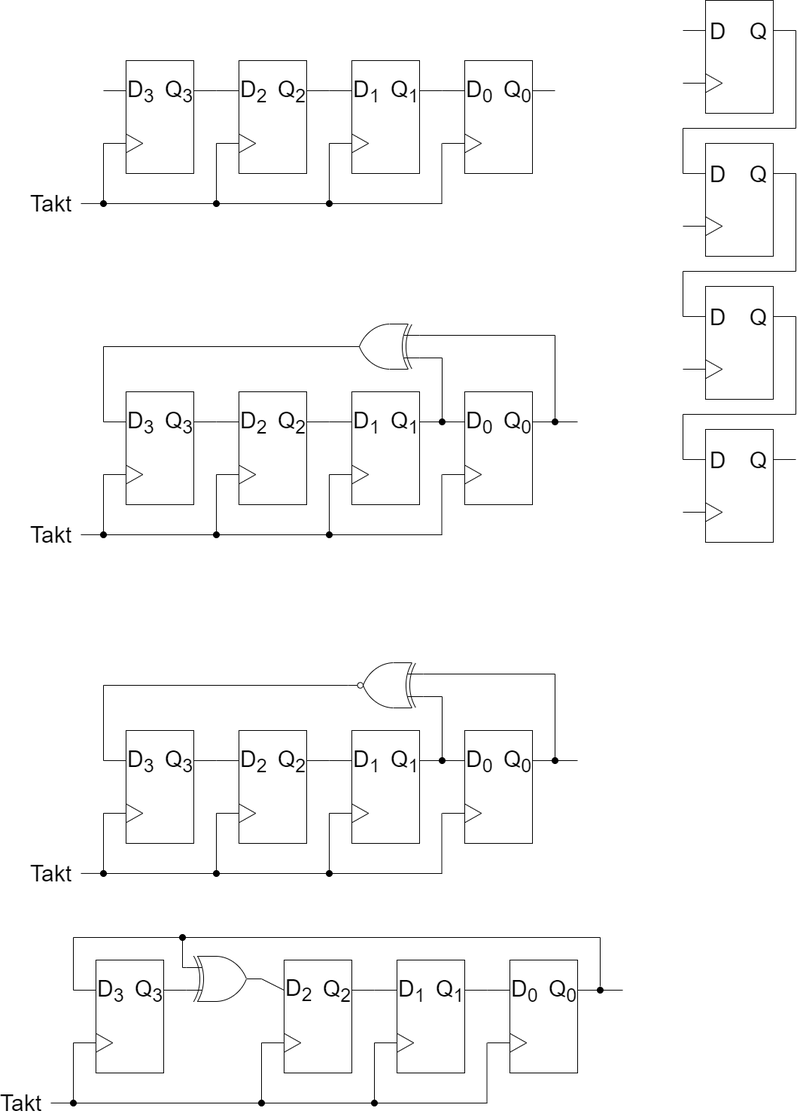
Above: docu/ShiftRegister.png in YumYumfisch/LFSR-PeriodLength (draw.io), before the change. Source tidied: cells renumbered, new cells last; positions are measured from the earlier drawing's top-left corner, leaving out a move shared by most shapes.
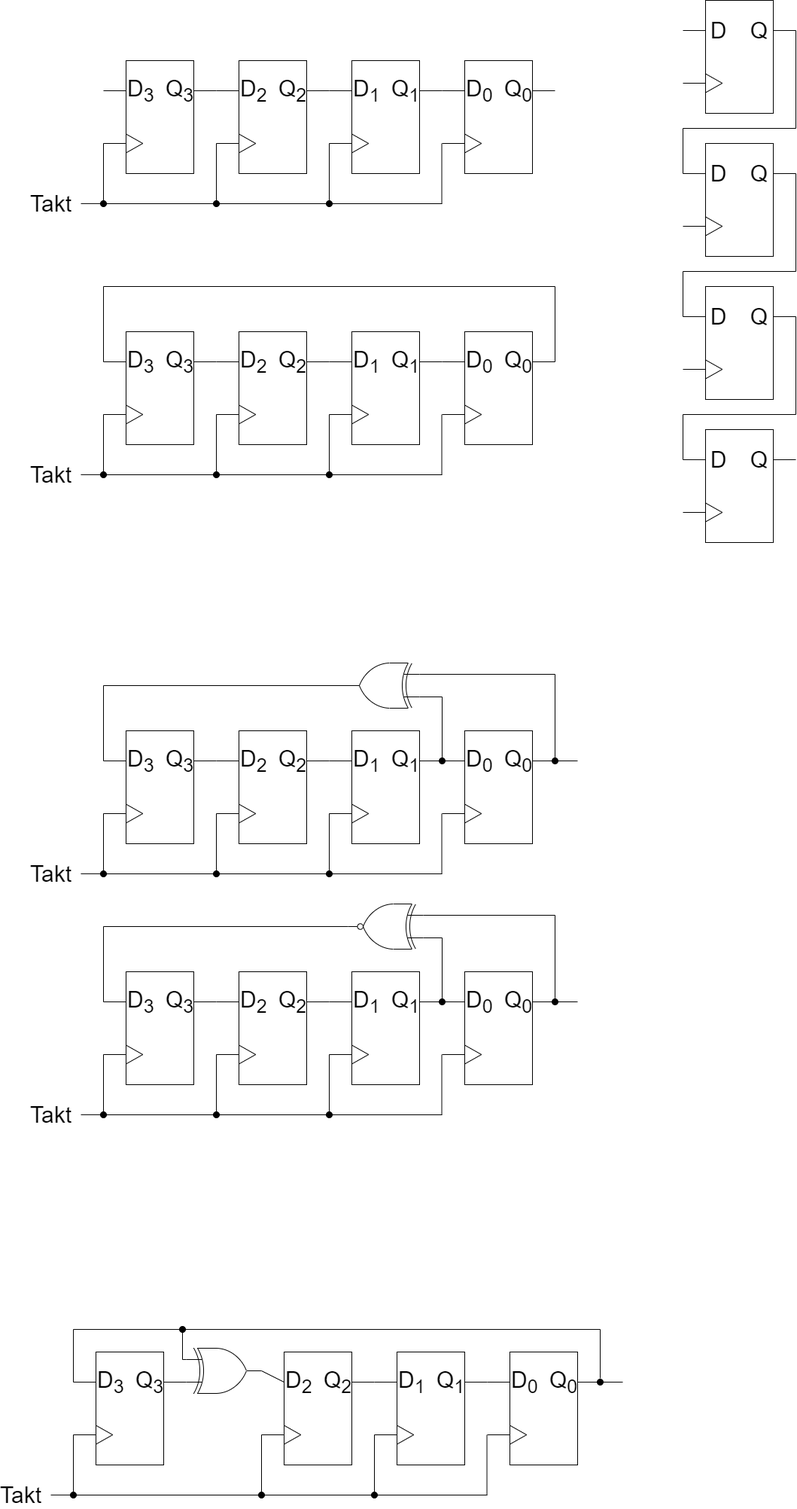
Later version of the same file.

Commit message:
add LFSR diagram without XOR

Diff of the diagram source:
```diff
@@ -380,7 +380,7 @@
       <mxGeometry x="325" y="185" width="10" height="10" as="geometry" />
     </mxCell>
     <mxCell id="86" style="group;" parent="1" vertex="1">
-      <mxGeometry y="1240" width="760" height="230" as="geometry" />
+      <mxGeometry y="1760" width="760" height="230" as="geometry" />
     </mxCell>
     <mxCell id="87" style="endArrow=none;html=1;align=center;fontSize=30;" parent="86" edge="1">
       <mxGeometry relative="1" as="geometry">
@@ -600,7 +600,7 @@
       </mxGeometry>
     </mxCell>
     <mxCell id="135" style="group;" parent="1" vertex="1">
-      <mxGeometry x="40" y="880" width="660" height="285" as="geometry" />
+      <mxGeometry x="40" y="1200" width="660" height="285" as="geometry" />
     </mxCell>
     <mxCell id="136" style="endArrow=none;html=1;align=center;fontSize=30;" parent="135" edge="1">
       <mxGeometry relative="1" as="geometry">
@@ -826,7 +826,7 @@
       <mxGeometry x="625" y="125" width="10" height="10" as="geometry" />
     </mxCell>
     <mxCell id="186" style="group;" parent="1" vertex="1">
-      <mxGeometry x="40" y="430" width="660" height="285" as="geometry" />
+      <mxGeometry x="40" y="880" width="660" height="285" as="geometry" />
     </mxCell>
     <mxCell id="187" style="verticalLabelPosition=bottom;shadow=0;dashed=0;align=center;html=1;verticalAlign=top;shape=mxgraph.electrical.logic_gates.logic_gate;operation=xor;rotation=-180;" parent="186" vertex="1">
       <mxGeometry x="350" width="100" height="60" as="geometry" />
@@ -1052,5 +1052,198 @@
     <mxCell id="236" style="verticalLabelPosition=bottom;shadow=0;dashed=0;align=center;html=1;verticalAlign=top;shape=mxgraph.electrical.logic_gates.inverting_contact;fillColor=#000000;" parent="186" vertex="1">
       <mxGeometry x="625" y="125" width="10" height="10" as="geometry" />
     </mxCell>
+    <mxCell id="237" style="edgeStyle=orthogonalEdgeStyle;html=1;endArrow=none;endFill=0;rounded=0;" parent="1" edge="1">
+      <mxGeometry relative="1" as="geometry">
+        <mxPoint x="670" y="380" as="sourcePoint" />
+        <mxPoint x="70" y="480" as="targetPoint" />
+      </mxGeometry>
+    </mxCell>
+    <mxCell id="238" value="Takt" style="endArrow=none;html=1;align=center;fontSize=30;entryX=0;entryY=0.5;entryDx=0;entryDy=0;" parent="1" edge="1">
+      <mxGeometry x="-1" y="-40" relative="1" as="geometry">
+        <mxPoint x="40" y="629.9" as="sourcePoint" />
+        <mxPoint x="70" y="629.9" as="targetPoint" />
+        <mxPoint x="-40" y="-40" as="offset" />
+      </mxGeometry>
+    </mxCell>
+    <mxCell id="239" style="group;" parent="1" vertex="1">
+      <mxGeometry x="70" y="440" width="150" height="150" as="geometry" />
+    </mxCell>
+    <mxCell id="240" style="rounded=0;whiteSpace=wrap;html=1;" parent="239" vertex="1">
+      <mxGeometry x="30" width="90" height="150" as="geometry" />
+    </mxCell>
+    <mxCell id="241" style="endArrow=none;html=1;align=center;fontSize=30;entryX=0;entryY=0.267;entryDx=0;entryDy=0;entryPerimeter=0;" parent="239" edge="1" target="240">
+      <mxGeometry relative="1" as="geometry">
+        <mxPoint y="40" as="sourcePoint" />
+      </mxGeometry>
+    </mxCell>
+    <mxCell id="242" value="D&lt;sub&gt;3&lt;/sub&gt;" style="edgeLabel;html=1;align=left;verticalAlign=middle;fontSize=30;" parent="241" vertex="1">
+      <mxGeometry x="0.28" relative="1" as="geometry">
+        <mxPoint x="11" as="offset" />
+      </mxGeometry>
+    </mxCell>
+    <mxCell id="243" style="endArrow=none;html=1;align=center;exitX=1;exitY=0.267;exitDx=0;exitDy=0;fontSize=30;exitPerimeter=0;" parent="239" edge="1" source="240">
+      <mxGeometry relative="1" as="geometry">
+        <mxPoint x="150" y="40" as="targetPoint" />
+      </mxGeometry>
+    </mxCell>
+    <mxCell id="244" value="Q&lt;sub&gt;3&lt;br&gt;&lt;/sub&gt;" style="edgeLabel;html=1;align=center;verticalAlign=middle;fontSize=30;" parent="243" vertex="1">
+      <mxGeometry x="0.28" relative="1" as="geometry">
+        <mxPoint x="-39" as="offset" />
+      </mxGeometry>
+    </mxCell>
+    <mxCell id="245" style="endArrow=none;html=1;align=center;fontSize=30;entryX=0;entryY=0.5;entryDx=0;entryDy=0;" parent="239" edge="1" target="246">
+      <mxGeometry relative="1" as="geometry">
+        <mxPoint y="110" as="sourcePoint" />
+      </mxGeometry>
+    </mxCell>
+    <mxCell id="246" style="triangle;whiteSpace=wrap;html=1;" parent="239" vertex="1">
+      <mxGeometry x="30" y="97.5" width="22.2" height="25" as="geometry" />
+    </mxCell>
+    <mxCell id="247" style="group;" parent="1" vertex="1">
+      <mxGeometry x="220" y="440" width="150" height="150" as="geometry" />
+    </mxCell>
+    <mxCell id="248" style="rounded=0;whiteSpace=wrap;html=1;" parent="247" vertex="1">
+      <mxGeometry x="30" width="90" height="150" as="geometry" />
+    </mxCell>
+    <mxCell id="249" style="endArrow=none;html=1;align=center;fontSize=30;entryX=0;entryY=0.267;entryDx=0;entryDy=0;entryPerimeter=0;" parent="247" edge="1" target="248">
+      <mxGeometry relative="1" as="geometry">
+        <mxPoint y="40" as="sourcePoint" />
+      </mxGeometry>
+    </mxCell>
+    <mxCell id="250" value="D&lt;sub&gt;2&lt;/sub&gt;" style="edgeLabel;html=1;align=left;verticalAlign=middle;fontSize=30;" parent="249" vertex="1">
+      <mxGeometry x="0.28" relative="1" as="geometry">
+        <mxPoint x="11" as="offset" />
+      </mxGeometry>
+    </mxCell>
+    <mxCell id="251" style="endArrow=none;html=1;align=center;exitX=1;exitY=0.267;exitDx=0;exitDy=0;fontSize=30;exitPerimeter=0;" parent="247" edge="1" source="248">
+      <mxGeometry relative="1" as="geometry">
+        <mxPoint x="150" y="40" as="targetPoint" />
+      </mxGeometry>
+    </mxCell>
+    <mxCell id="252" value="Q&lt;sub&gt;2&lt;/sub&gt;" style="edgeLabel;html=1;align=center;verticalAlign=middle;fontSize=30;" parent="251" vertex="1">
+      <mxGeometry x="0.28" relative="1" as="geometry">
+        <mxPoint x="-39" as="offset" />
+      </mxGeometry>
+    </mxCell>
+    <mxCell id="253" style="endArrow=none;html=1;align=center;fontSize=30;entryX=0;entryY=0.5;entryDx=0;entryDy=0;" parent="247" edge="1" target="254">
+      <mxGeometry relative="1" as="geometry">
+        <mxPoint y="110" as="sourcePoint" />
+      </mxGeometry>
+    </mxCell>
+    <mxCell id="254" style="triangle;whiteSpace=wrap;html=1;" parent="247" vertex="1">
+      <mxGeometry x="30" y="97.5" width="22.2" height="25" as="geometry" />
+    </mxCell>
+    <mxCell id="255" style="group;" parent="1" vertex="1">
+      <mxGeometry x="370" y="440" width="150" height="150" as="geometry" />
+    </mxCell>
+    <mxCell id="256" style="rounded=0;whiteSpace=wrap;html=1;" parent="255" vertex="1">
+      <mxGeometry x="30" width="90" height="150" as="geometry" />
+    </mxCell>
+    <mxCell id="257" style="endArrow=none;html=1;align=center;fontSize=30;entryX=0;entryY=0.267;entryDx=0;entryDy=0;entryPerimeter=0;" parent="255" edge="1" target="256">
+      <mxGeometry relative="1" as="geometry">
+        <mxPoint y="40" as="sourcePoint" />
+      </mxGeometry>
+    </mxCell>
+    <mxCell id="258" value="D&lt;sub&gt;1&lt;/sub&gt;" style="edgeLabel;html=1;align=left;verticalAlign=middle;fontSize=30;" parent="257" vertex="1">
+      <mxGeometry x="0.28" relative="1" as="geometry">
+        <mxPoint x="11" as="offset" />
+      </mxGeometry>
+    </mxCell>
+    <mxCell id="259" style="endArrow=none;html=1;align=center;exitX=1;exitY=0.267;exitDx=0;exitDy=0;fontSize=30;exitPerimeter=0;" parent="255" edge="1" source="256">
+      <mxGeometry relative="1" as="geometry">
+        <mxPoint x="150" y="40" as="targetPoint" />
+      </mxGeometry>
+    </mxCell>
+    <mxCell id="260" value="Q&lt;sub&gt;1&lt;/sub&gt;" style="edgeLabel;html=1;align=center;verticalAlign=middle;fontSize=30;" parent="259" vertex="1">
+      <mxGeometry x="0.28" relative="1" as="geometry">
+        <mxPoint x="-39" as="offset" />
+      </mxGeometry>
+    </mxCell>
+    <mxCell id="261" style="endArrow=none;html=1;align=center;fontSize=30;entryX=0;entryY=0.5;entryDx=0;entryDy=0;" parent="255" edge="1" target="262">
+      <mxGeometry relative="1" as="geometry">
+        <mxPoint y="110" as="sourcePoint" />
+      </mxGeometry>
+    </mxCell>
+    <mxCell id="262" style="triangle;whiteSpace=wrap;html=1;" parent="255" vertex="1">
+      <mxGeometry x="30" y="97.5" width="22.2" height="25" as="geometry" />
+    </mxCell>
+    <mxCell id="263" style="group;" parent="1" vertex="1">
+      <mxGeometry x="520" y="440" width="150" height="150" as="geometry" />
+    </mxCell>
+    <mxCell id="264" style="rounded=0;whiteSpace=wrap;html=1;" parent="263" vertex="1">
+      <mxGeometry x="30" width="90" height="150" as="geometry" />
+    </mxCell>
+    <mxCell id="265" style="endArrow=none;html=1;align=center;fontSize=30;entryX=0;entryY=0.267;entryDx=0;entryDy=0;entryPerimeter=0;" parent="263" edge="1" target="264">
+      <mxGeometry relative="1" as="geometry">
+        <mxPoint y="40" as="sourcePoint" />
+      </mxGeometry>
+    </mxCell>
+    <mxCell id="266" value="D&lt;sub&gt;0&lt;/sub&gt;" style="edgeLabel;html=1;align=left;verticalAlign=middle;fontSize=30;" parent="265" vertex="1">
+      <mxGeometry x="0.28" relative="1" as="geometry">
+        <mxPoint x="11" as="offset" />
+      </mxGeometry>
+    </mxCell>
+    <mxCell id="267" style="endArrow=none;html=1;align=center;exitX=1;exitY=0.267;exitDx=0;exitDy=0;fontSize=30;exitPerimeter=0;" parent="263" edge="1" source="264">
+      <mxGeometry relative="1" as="geometry">
+        <mxPoint x="150" y="40" as="targetPoint" />
+      </mxGeometry>
+    </mxCell>
+    <mxCell id="268" value="Q&lt;sub&gt;0&lt;/sub&gt;" style="edgeLabel;html=1;align=center;verticalAlign=middle;fontSize=30;" parent="267" vertex="1">
+      <mxGeometry x="0.28" relative="1" as="geometry">
+        <mxPoint x="-39" as="offset" />
+      </mxGeometry>
+    </mxCell>
+    <mxCell id="269" style="endArrow=none;html=1;align=center;fontSize=30;entryX=0;entryY=0.5;entryDx=0;entryDy=0;" parent="263" edge="1" target="270">
+      <mxGeometry relative="1" as="geometry">
+        <mxPoint y="110" as="sourcePoint" />
+      </mxGeometry>
+    </mxCell>
+    <mxCell id="270" style="triangle;whiteSpace=wrap;html=1;" parent="263" vertex="1">
+      <mxGeometry x="30" y="97.5" width="22.2" height="25" as="geometry" />
+    </mxCell>
+    <mxCell id="271" style="endArrow=none;html=1;align=center;fontSize=30;" parent="1" edge="1">
+      <mxGeometry relative="1" as="geometry">
+        <mxPoint x="70" y="630" as="sourcePoint" />
+        <mxPoint x="70" y="550" as="targetPoint" />
+      </mxGeometry>
+    </mxCell>
+    <mxCell id="272" style="endArrow=none;html=1;align=center;fontSize=30;" parent="1" edge="1">
+      <mxGeometry relative="1" as="geometry">
+        <mxPoint x="220" y="630" as="sourcePoint" />
+        <mxPoint x="220" y="550" as="targetPoint" />
+      </mxGeometry>
+    </mxCell>
+    <mxCell id="273" style="endArrow=none;html=1;align=center;fontSize=30;" parent="1" edge="1">
+      <mxGeometry relative="1" as="geometry">
+        <mxPoint x="370" y="630" as="sourcePoint" />
+        <mxPoint x="370" y="550" as="targetPoint" />
+      </mxGeometry>
+    </mxCell>
+    <mxCell id="274" style="endArrow=none;html=1;align=center;fontSize=30;" parent="1" edge="1">
+      <mxGeometry relative="1" as="geometry">
+        <mxPoint x="519.5" y="630" as="sourcePoint" />
+        <mxPoint x="519.5" y="550" as="targetPoint" />
+      </mxGeometry>
+    </mxCell>
+    <mxCell id="275" style="endArrow=none;html=1;align=center;fontSize=30;exitX=0.9;exitY=0.5;exitDx=0;exitDy=0;exitPerimeter=0;" parent="1" edge="1" source="277">
+      <mxGeometry relative="1" as="geometry">
+        <mxPoint x="520" y="630" as="targetPoint" />
+      </mxGeometry>
+    </mxCell>
+    <mxCell id="276" style="verticalLabelPosition=bottom;shadow=0;dashed=0;align=center;html=1;verticalAlign=top;shape=mxgraph.electrical.logic_gates.inverting_contact;fillColor=#000000;" parent="1" vertex="1">
+      <mxGeometry x="215" y="625" width="10" height="10" as="geometry" />
+    </mxCell>
+    <mxCell id="277" style="verticalLabelPosition=bottom;shadow=0;dashed=0;align=center;html=1;verticalAlign=top;shape=mxgraph.electrical.logic_gates.inverting_contact;fillColor=#000000;" parent="1" vertex="1">
+      <mxGeometry x="65" y="625" width="10" height="10" as="geometry" />
+    </mxCell>
+    <mxCell id="278" style="verticalLabelPosition=bottom;shadow=0;dashed=0;align=center;html=1;verticalAlign=top;shape=mxgraph.electrical.logic_gates.inverting_contact;fillColor=#000000;" parent="1" vertex="1">
+      <mxGeometry x="365" y="625" width="10" height="10" as="geometry" />
+    </mxCell>
+    <mxCell id="279" style="endArrow=none;html=1;align=center;fontSize=30;" parent="1" edge="1">
+      <mxGeometry relative="1" as="geometry">
+        <mxPoint x="670" y="480" as="sourcePoint" />
+        <mxPoint x="670" y="380" as="targetPoint" />
+      </mxGeometry>
+    </mxCell>
   </root>
 </mxGraphModel>
```
